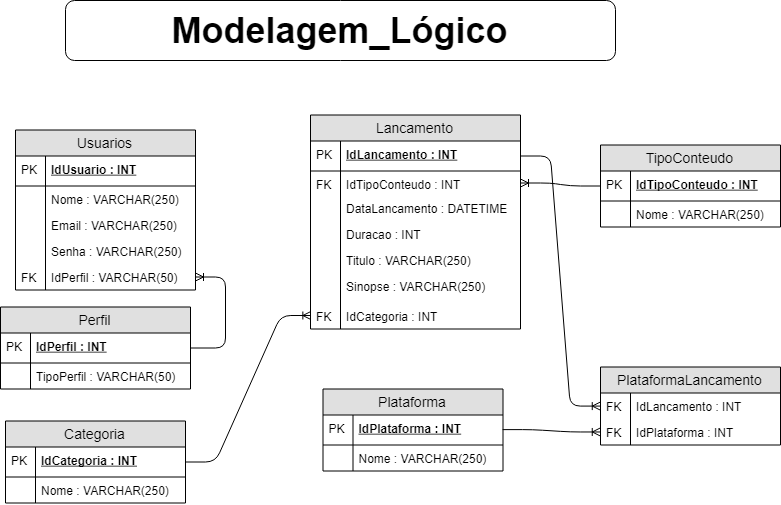
Above: OPFLIX/Modelagem/T_Diagrama_Logico.png in amador2014/2s2019-sprint-1-bd (draw.io), before the change. Source tidied: cells renumbered, new cells last; positions are measured from the earlier drawing's top-left corner, leaving out a move shared by most shapes.
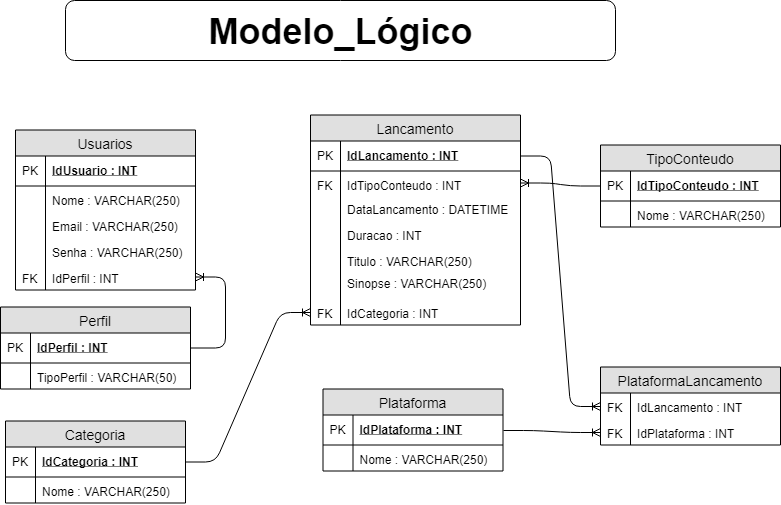
After the commit.

Diff of the diagram source:
```diff
@@ -2,7 +2,7 @@
   <root>
     <mxCell id="0" />
     <mxCell id="1" parent="0" />
-    <mxCell id="2" value="&lt;b&gt;&lt;font style=&quot;font-size: 36px&quot;&gt;Modelagem_Lógico&lt;/font&gt;&lt;/b&gt;" style="rounded=1;whiteSpace=wrap;html=1;" parent="1" vertex="1">
+    <mxCell id="2" value="&lt;b&gt;&lt;font style=&quot;font-size: 36px&quot;&gt;Modelo_Lógico&lt;/font&gt;&lt;/b&gt;" style="rounded=1;whiteSpace=wrap;html=1;" parent="1" vertex="1">
       <mxGeometry x="65" width="550" height="60" as="geometry" />
     </mxCell>
     <mxCell id="3" value="Usuarios" style="swimlane;fontStyle=0;horizontal=1;startSize=26;fillColor=#e0e0e0;swimlaneFillColor=#ffffff;align=center;fontSize=14;" parent="1" vertex="1">
@@ -32,7 +32,7 @@
     <mxCell id="11" style="shape=partialRectangle;top=0;left=0;bottom=0;fillColor=none;align=left;verticalAlign=top;spacingLeft=4;spacingRight=4;overflow=hidden;fontSize=12;" parent="10" vertex="1">
       <mxGeometry width="30" height="26" as="geometry" />
     </mxCell>
-    <mxCell id="12" value="IdPerfil : VARCHAR(50)" style="shape=partialRectangle;top=0;left=0;right=0;bottom=0;align=left;verticalAlign=top;fillColor=none;spacingLeft=34;spacingRight=4;overflow=hidden;points=[[0,0.5],[1,0.5]];portConstraint=eastwest;fontSize=12;" parent="3" vertex="1">
+    <mxCell id="12" value="IdPerfil : INT" style="shape=partialRectangle;top=0;left=0;right=0;bottom=0;align=left;verticalAlign=top;fillColor=none;spacingLeft=34;spacingRight=4;overflow=hidden;points=[[0,0.5],[1,0.5]];portConstraint=eastwest;fontSize=12;" parent="3" vertex="1">
       <mxGeometry y="134" width="180" height="26" as="geometry" />
     </mxCell>
     <mxCell id="13" value="FK" style="shape=partialRectangle;top=0;left=0;bottom=0;fillColor=none;align=left;verticalAlign=top;spacingLeft=4;spacingRight=4;overflow=hidden;fontSize=12;" parent="12" vertex="1">
@@ -57,7 +57,7 @@
       <mxGeometry relative="1" as="geometry" />
     </mxCell>
     <mxCell id="20" value="Lancamento" style="swimlane;fontStyle=0;horizontal=1;startSize=26;fillColor=#e0e0e0;swimlaneFillColor=#ffffff;align=center;fontSize=14;" parent="1" vertex="1">
-      <mxGeometry x="310" y="114.5" width="210" height="214" as="geometry" />
+      <mxGeometry x="310" y="114.5" width="210" height="210" as="geometry" />
     </mxCell>
     <mxCell id="21" value="IdLancamento : INT" style="shape=partialRectangle;top=0;left=0;right=0;bottom=1;align=left;verticalAlign=middle;fillColor=none;spacingLeft=34;spacingRight=4;overflow=hidden;points=[[0,0.5],[1,0.5]];portConstraint=eastwest;fontStyle=5;fontSize=12;" parent="20" vertex="1">
       <mxGeometry y="26" width="210" height="30" as="geometry" />
@@ -84,19 +84,19 @@
       <mxGeometry width="30" height="26" as="geometry" />
     </mxCell>
     <mxCell id="29" value="Titulo : VARCHAR(250)" style="shape=partialRectangle;top=0;left=0;right=0;bottom=0;align=left;verticalAlign=top;fillColor=none;spacingLeft=34;spacingRight=4;overflow=hidden;fontSize=12;" parent="20" vertex="1">
-      <mxGeometry y="132" width="210" height="26" as="geometry" />
+      <mxGeometry y="132" width="210" height="22" as="geometry" />
     </mxCell>
     <mxCell id="30" style="shape=partialRectangle;top=0;left=0;bottom=0;fillColor=none;align=left;verticalAlign=top;spacingLeft=4;spacingRight=4;overflow=hidden;fontSize=12;" parent="29" vertex="1">
-      <mxGeometry width="30" height="26" as="geometry" />
+      <mxGeometry width="30" height="22" as="geometry" />
     </mxCell>
     <mxCell id="31" value="Sinopse : VARCHAR(250)" style="shape=partialRectangle;top=0;left=0;right=0;bottom=0;align=left;verticalAlign=top;fillColor=none;spacingLeft=34;spacingRight=4;overflow=hidden;fontSize=12;" parent="20" vertex="1">
-      <mxGeometry y="158" width="210" height="30" as="geometry" />
+      <mxGeometry y="154" width="210" height="30" as="geometry" />
     </mxCell>
     <mxCell id="32" style="shape=partialRectangle;top=0;left=0;bottom=0;fillColor=none;align=left;verticalAlign=top;spacingLeft=4;spacingRight=4;overflow=hidden;fontSize=12;" parent="31" vertex="1">
       <mxGeometry width="30" height="30" as="geometry" />
     </mxCell>
     <mxCell id="33" value="IdCategoria : INT" style="shape=partialRectangle;top=0;left=0;right=0;bottom=0;align=left;verticalAlign=top;fillColor=none;spacingLeft=34;spacingRight=4;overflow=hidden;points=[[0,0.5],[1,0.5]];portConstraint=eastwest;fontSize=12;" parent="20" vertex="1">
-      <mxGeometry y="188" width="210" height="26" as="geometry" />
+      <mxGeometry y="184" width="210" height="26" as="geometry" />
     </mxCell>
     <mxCell id="34" value="FK" style="shape=partialRectangle;top=0;left=0;bottom=0;fillColor=none;align=left;verticalAlign=top;spacingLeft=4;spacingRight=4;overflow=hidden;fontSize=12;" parent="33" vertex="1">
       <mxGeometry width="30" height="26" as="geometry" />
```
